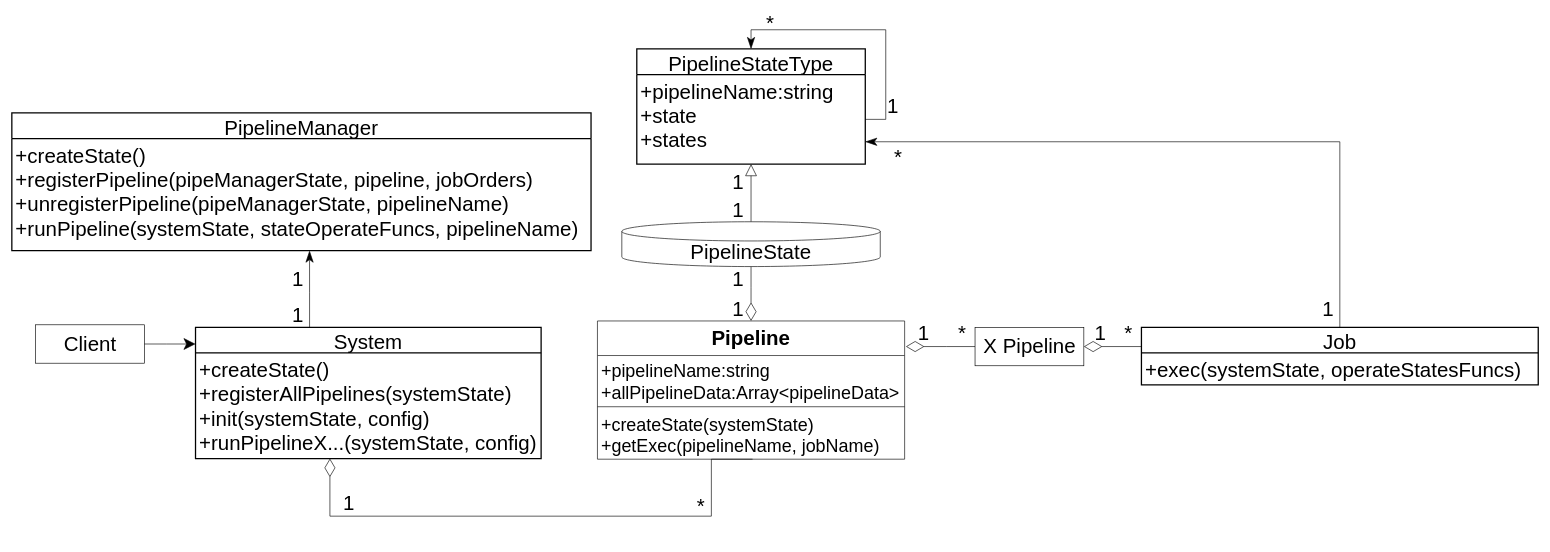
The draw.io diagram packages/管道模式/role_abstract/UML.drawio in yyc-git/3DProgramPattern, before the edit. Source tidied: cells renumbered, new cells numbered last; positions are measured from the earlier drawing's top-left corner, leaving out a move shared by most shapes. Both pictures are drawn from the tidied source at 64%, with x=0, y=0 at pixel (12, 17).
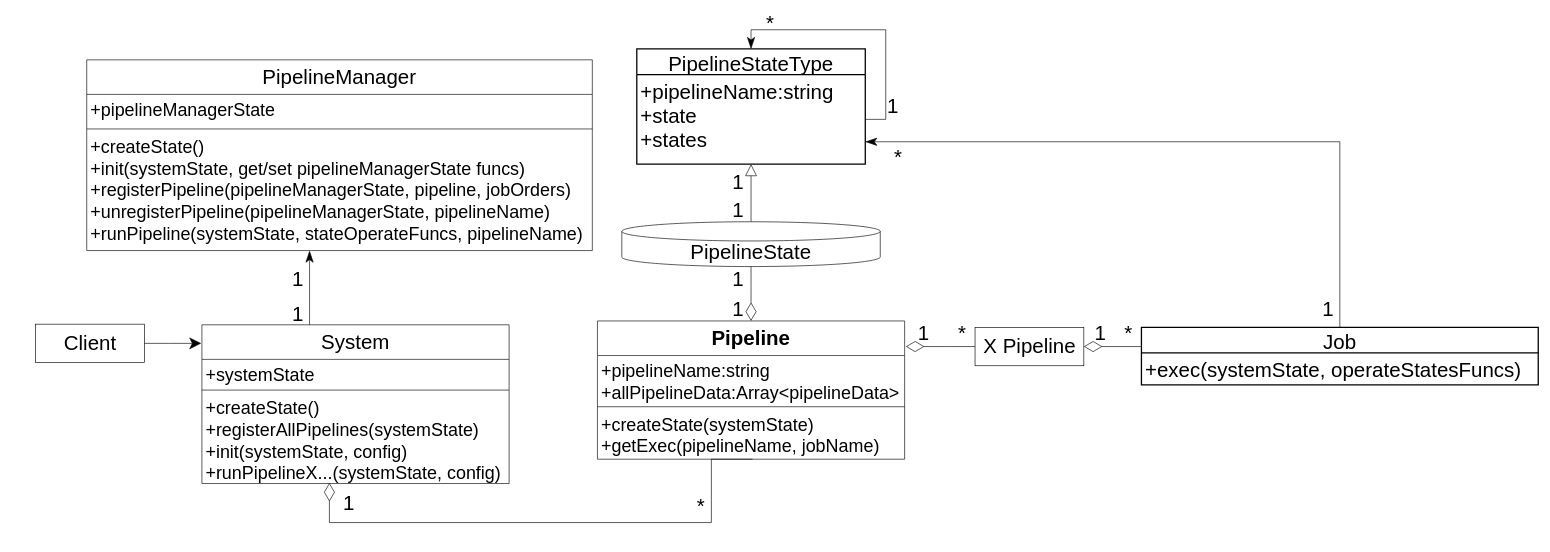
The same diagram, later.

Unchanged cells that the change refers to:
```xml
<mxCell id="14" value="+createState(systemState)&#10;+getExec(pipelineName, jobName)" style="text;strokeColor=none;fillColor=none;align=left;verticalAlign=top;spacingLeft=4;spacingRight=4;overflow=hidden;points=[[0,0.5],[1,0.5]];portConstraint=eastwest;fontSize=28;" parent="11" vertex="1">
  <mxGeometry y="138" width="480" height="78" as="geometry" />
</mxCell>
```

Change to the diagram source:
```diff
@@
-    <mxCell id="6" value="PipelineManager" style="swimlane;horizontal=1;startSize=40;rounded=0;fontSize=32;fontStyle=0;strokeWidth=2;shadow=0;dashed=0;align=center;" parent="1" vertex="1">
-      <mxGeometry y="150" width="905" height="215" as="geometry" />
-    </mxCell>
-    <mxCell id="7" value="+createState()&#10;+registerPipeline(pipeManagerState, pipeline, jobOrders)&#10;+unregisterPipeline(pipeManagerState, pipelineName)&#10;+runPipeline(systemState, stateOperateFuncs, pipelineName)" style="align=left;strokeColor=none;fillColor=none;spacingLeft=4;fontSize=32;verticalAlign=top;" parent="6" vertex="1">
-      <mxGeometry y="40" width="905" height="175" as="geometry" />
-    </mxCell>
@@
-    <mxCell id="15" style="edgeStyle=orthogonalEdgeStyle;rounded=0;jettySize=auto;html=1;entryX=0.514;entryY=1.001;entryDx=0;entryDy=0;fontSize=28;endArrow=classicThin;endFill=1;startSize=16;endSize=16;exitX=0.33;exitY=0.003;exitDx=0;exitDy=0;exitPerimeter=0;entryPerimeter=0;" parent="1" edge="1" source="16" target="7">
-      <mxGeometry relative="1" as="geometry" />
+    <mxCell id="15" style="edgeStyle=orthogonalEdgeStyle;rounded=0;orthogonalLoop=1;jettySize=auto;html=1;entryX=0.514;entryY=1.001;entryDx=0;entryDy=0;fontSize=28;endArrow=classicThin;endFill=1;startSize=16;endSize=16;exitX=0.33;exitY=0.003;exitDx=0;exitDy=0;exitPerimeter=0;entryPerimeter=0;" parent="1" edge="1">
+      <mxGeometry relative="1" as="geometry">
+        <mxPoint x="465.2" y="485.6" as="sourcePoint" />
+        <mxPoint x="465.2" y="365.2" as="targetPoint" />
+      </mxGeometry>
     </mxCell>
-    <mxCell id="16" value="System" style="swimlane;horizontal=1;startSize=40;rounded=0;fontSize=32;fontStyle=0;strokeWidth=2;shadow=0;dashed=0;align=center;" parent="1" vertex="1">
-      <mxGeometry x="287" y="485" width="540" height="205" as="geometry" />
-    </mxCell>
-    <mxCell id="17" value="+createState()&#10;+registerAllPipelines(systemState)&#10;+init(systemState, config)&#10;+runPipelineX...(systemState, config)" style="align=left;strokeColor=none;fillColor=none;spacingLeft=4;fontSize=32;verticalAlign=top;" parent="16" vertex="1">
-      <mxGeometry y="40" width="540" height="165" as="geometry" />
-    </mxCell>
     <mxCell id="18" style="edgeStyle=orthogonalEdgeStyle;rounded=0;jettySize=auto;html=1;fontSize=28;endArrow=classic;endFill=1;startSize=16;endSize=16;" parent="1" edge="1" source="19">
       <mxGeometry relative="1" as="geometry">
-        <mxPoint x="287" y="511" as="targetPoint" />
+        <mxPoint x="296" y="510" as="targetPoint" />
       </mxGeometry>
     </mxCell>
     <mxCell id="19" value="Client" style="html=1;fontSize=32;" parent="1" vertex="1">
-      <mxGeometry x="37" y="481" width="170" height="60" as="geometry" />
+      <mxGeometry x="37" y="480" width="170" height="60" as="geometry" />
     </mxCell>
     <mxCell id="20" value="&lt;font style=&quot;font-size: 32px&quot;&gt;1&lt;/font&gt;" style="text;html=1;strokeColor=none;fillColor=none;align=center;verticalAlign=middle;whiteSpace=wrap;rounded=0;fontSize=28;" parent="1" vertex="1">
-      <mxGeometry x="427" y="456" width="40" height="20" as="geometry" />
+      <mxGeometry x="427" y="454" width="40" height="20" as="geometry" />
     </mxCell>
@@
-    <mxCell id="25" style="edgeStyle=orthogonalEdgeStyle;rounded=0;jettySize=auto;html=1;entryX=0.505;entryY=1;entryDx=0;entryDy=0;entryPerimeter=0;fontSize=28;endArrow=none;endFill=0;startSize=26;endSize=26;startArrow=diamondThin;startFill=0;" parent="1" edge="1" target="14">
+    <mxCell id="25" style="edgeStyle=orthogonalEdgeStyle;rounded=0;jettySize=auto;html=1;entryX=0.505;entryY=1;entryDx=0;entryDy=0;entryPerimeter=0;fontSize=28;endArrow=none;endFill=0;startSize=26;endSize=26;startArrow=diamondThin;startFill=0;exitX=0.415;exitY=0.994;exitDx=0;exitDy=0;exitPerimeter=0;" parent="1" edge="1" source="17" target="14">
       <mxGeometry relative="1" as="geometry">
-        <mxPoint x="497" y="690" as="sourcePoint" />
         <Array as="points">
-          <mxPoint x="497" y="780" />
-          <mxPoint x="1093" y="780" />
+          <mxPoint x="496" y="790" />
+          <mxPoint x="1093" y="790" />
+          <mxPoint x="1093" y="691" />
         </Array>
       </mxGeometry>
     </mxCell>
@@
+    <mxCell id="6" value="PipelineManager" style="swimlane;fontStyle=0;align=center;verticalAlign=top;horizontal=1;startSize=54;fontSize=32;" parent="1" vertex="1">
+      <mxGeometry x="117" y="67" width="790" height="298" as="geometry" />
+    </mxCell>
+    <mxCell id="42" value="+pipelineManagerState" style="text;strokeColor=none;fillColor=none;align=left;verticalAlign=top;spacingLeft=4;spacingRight=4;overflow=hidden;fontSize=28;" parent="6" vertex="1">
+      <mxGeometry y="54" width="790" height="50" as="geometry" />
+    </mxCell>
+    <mxCell id="43" style="line;strokeWidth=1;fillColor=none;align=left;verticalAlign=middle;spacingTop=-1;spacingLeft=3;spacingRight=3;labelPosition=right;" parent="6" vertex="1">
+      <mxGeometry y="104" width="790" height="8" as="geometry" />
+    </mxCell>
+    <mxCell id="44" value="+createState()&#10;+init(systemState, get/set pipelineManagerState funcs)&#10;+registerPipeline(pipelineManagerState, pipeline, jobOrders)&#10;+unregisterPipeline(pipelineManagerState, pipelineName)&#10;+runPipeline(systemState, stateOperateFuncs, pipelineName)" style="text;strokeColor=none;fillColor=none;align=left;verticalAlign=top;spacingLeft=4;spacingRight=4;overflow=hidden;fontSize=28;" parent="6" vertex="1">
+      <mxGeometry y="112" width="790" height="186" as="geometry" />
+    </mxCell>
+    <mxCell id="16" value="System" style="swimlane;fontStyle=0;align=center;verticalAlign=top;horizontal=1;startSize=54;fontSize=32;" parent="1" vertex="1">
+      <mxGeometry x="297" y="481" width="480" height="248" as="geometry" />
+    </mxCell>
+    <mxCell id="45" value="+systemState" style="text;strokeColor=none;fillColor=none;align=left;verticalAlign=top;spacingLeft=4;spacingRight=4;overflow=hidden;fontSize=28;" parent="16" vertex="1">
+      <mxGeometry y="54" width="480" height="44" as="geometry" />
+    </mxCell>
+    <mxCell id="46" style="line;strokeWidth=1;fillColor=none;align=left;verticalAlign=middle;spacingTop=-1;spacingLeft=3;spacingRight=3;labelPosition=right;" parent="16" vertex="1">
+      <mxGeometry y="98" width="480" height="8" as="geometry" />
+    </mxCell>
+    <mxCell id="17" value="+createState()&#10;+registerAllPipelines(systemState)&#10;+init(systemState, config)&#10;+runPipelineX...(systemState, config)" style="text;strokeColor=none;fillColor=none;align=left;verticalAlign=top;spacingLeft=4;spacingRight=4;overflow=hidden;points=[[0,0.5],[1,0.5]];portConstraint=eastwest;fontSize=28;" parent="16" vertex="1">
+      <mxGeometry y="106" width="480" height="142" as="geometry" />
+    </mxCell>
```
